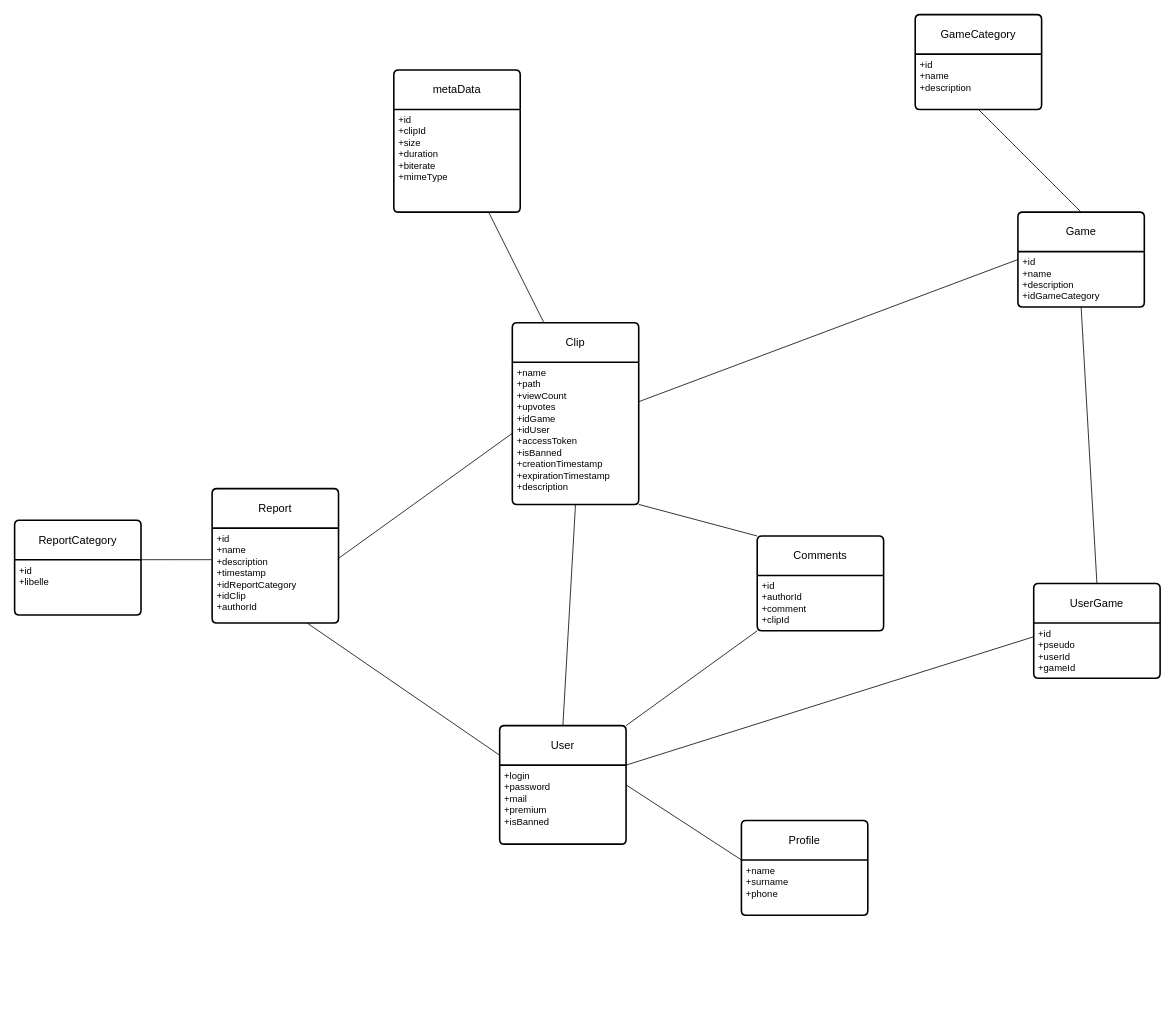
Malolpv/ClipNShare keeps this draw.io diagram as ClipNShare.drawio. Above is the earlier version. Source tidied: cells renumbered, new cells numbered last; positions are measured from the earlier drawing's top-left corner, leaving out a move shared by most shapes. Both pictures are drawn from the tidied source at 79%, with x=0, y=0 at pixel (14, 14).
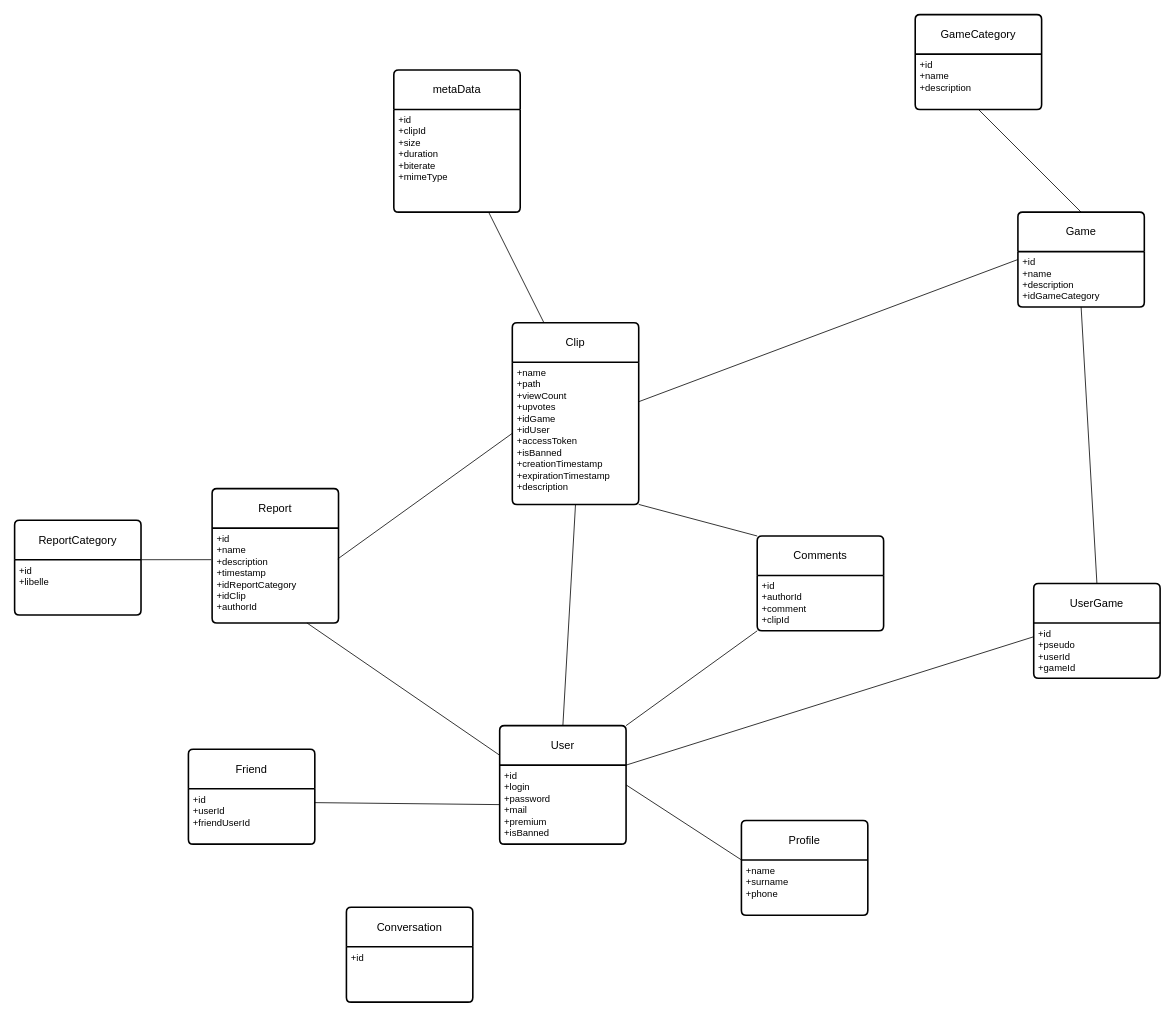
After the change.

Commit message:
Mettre à jour ClipNShare.drawio

The change refers to these unchanged cells:
```xml
<mxCell id="2" value="User" style="swimlane;horizontal=1;startSize=50;rounded=1;fontSize=14;fontStyle=0;strokeWidth=2;shadow=0;dashed=0;align=center;arcSize=4;whiteSpace=wrap;html=1;" parent="1" vertex="1">
  <mxGeometry x="614" y="900" width="160" height="150" as="geometry" />
</mxCell>
```

Diff of the diagram source:
```diff
@@
-    <mxCell id="3" value="+login&lt;br&gt;+password&lt;br&gt;+mail&lt;br&gt;+premium&lt;br&gt;+isBanned" style="align=left;strokeColor=none;fillColor=none;spacingLeft=4;fontSize=12;verticalAlign=top;html=1;" parent="2" vertex="1">
+    <mxCell id="3" value="+id&lt;br&gt;+login&lt;br&gt;+password&lt;br&gt;+mail&lt;br&gt;+premium&lt;br&gt;+isBanned" style="align=left;strokeColor=none;fillColor=none;spacingLeft=4;fontSize=12;verticalAlign=top;html=1;" parent="2" vertex="1">
       <mxGeometry y="50" width="160" height="100" as="geometry" />
     </mxCell>
@@
+    <mxCell id="34" value="Friend" style="swimlane;horizontal=1;startSize=50;rounded=1;fontSize=14;fontStyle=0;strokeWidth=2;shadow=0;dashed=0;align=center;arcSize=4;whiteSpace=wrap;html=1;" parent="1" vertex="1">
+      <mxGeometry x="220" y="930" width="160" height="120" as="geometry" />
+    </mxCell>
+    <mxCell id="35" value="+id&lt;br&gt;+userId&lt;br&gt;+friendUserId" style="align=left;strokeColor=none;fillColor=none;spacingLeft=4;fontSize=12;verticalAlign=top;html=1;" parent="34" vertex="1">
+      <mxGeometry y="50" width="160" height="70" as="geometry" />
+    </mxCell>
+    <mxCell id="36" style="endArrow=none;html=1;rounded=0;exitX=1;exitY=0.25;exitDx=0;exitDy=0;entryX=0;entryY=0.5;entryDx=0;entryDy=0;" parent="1" edge="1" source="35" target="3">
+      <mxGeometry relative="1" as="geometry" />
+    </mxCell>
+    <mxCell id="37" value="Conversation" style="swimlane;horizontal=1;startSize=50;rounded=1;fontSize=14;fontStyle=0;strokeWidth=2;shadow=0;dashed=0;align=center;arcSize=4;whiteSpace=wrap;html=1;" parent="1" vertex="1">
+      <mxGeometry x="420" y="1130" width="160" height="120" as="geometry" />
+    </mxCell>
+    <mxCell id="38" value="+id" style="align=left;strokeColor=none;fillColor=none;spacingLeft=4;fontSize=12;verticalAlign=top;html=1;" parent="37" vertex="1">
+      <mxGeometry y="50" width="160" height="70" as="geometry" />
+    </mxCell>
```
